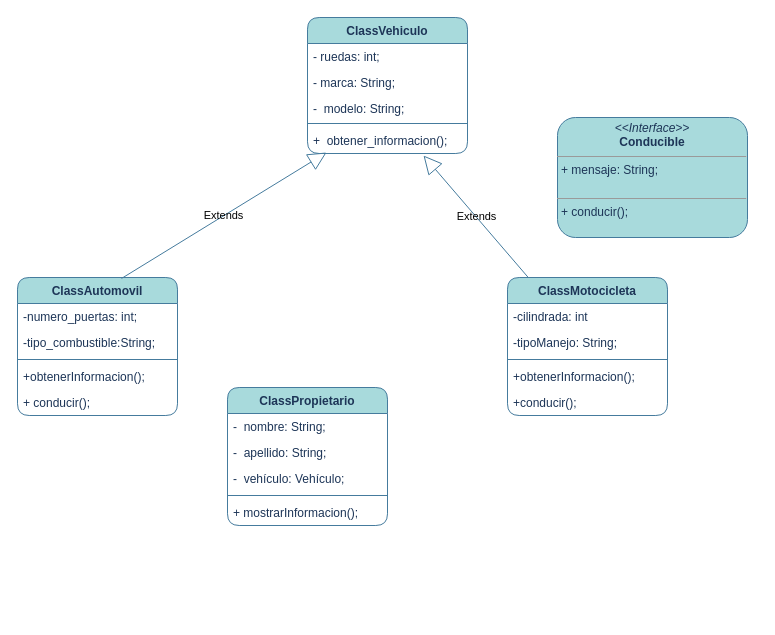
The draw.io diagram src/DiagramaSistemagestionvehiculo.drawio in Mariayey12/Sistemagestionvehiculo, before the edit. Source tidied: cells renumbered, new cells numbered last; positions are measured from the earlier drawing's top-left corner, leaving out a move shared by most shapes. Both pictures are drawn from the tidied source at 100%, with x=0, y=0 at pixel (17, 17).
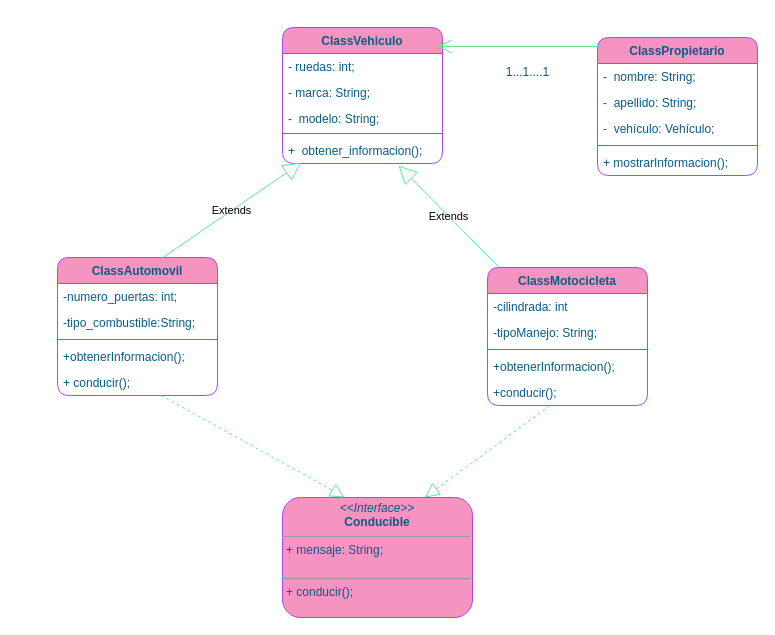
Above is the later version.

Diff of the diagram source:
```diff
@@
-    <mxCell id="2" value="ClassVehiculo" style="swimlane;fontStyle=1;align=center;verticalAlign=top;horizontal=1;startSize=26;whiteSpace=wrap;html=1;labelBackgroundColor=none;fillColor=#A8DADC;strokeColor=#457B9D;fontColor=#1D3557;rounded=1;" parent="1" vertex="1">
-      <mxGeometry x="290" width="160" height="136" as="geometry" />
+    <mxCell id="2" value="ClassVehiculo" style="swimlane;fontStyle=1;align=center;verticalAlign=top;horizontal=1;startSize=26;whiteSpace=wrap;html=1;labelBackgroundColor=none;fillColor=#F694C1;strokeColor=#AF45ED;fontColor=#095C86;rounded=1;" parent="1" vertex="1">
+      <mxGeometry x="265" y="10" width="160" height="136" as="geometry" />
     </mxCell>
-    <mxCell id="3" value="- ruedas: int;" style="text;strokeColor=none;fillColor=none;align=left;verticalAlign=top;spacingLeft=4;spacingRight=4;overflow=hidden;whiteSpace=wrap;html=1;labelBackgroundColor=none;fontColor=#1D3557;rounded=1;" parent="2" vertex="1">
+    <mxCell id="3" value="- ruedas: int;" style="text;strokeColor=none;fillColor=none;align=left;verticalAlign=top;spacingLeft=4;spacingRight=4;overflow=hidden;whiteSpace=wrap;html=1;labelBackgroundColor=none;fontColor=#095C86;rounded=1;" parent="2" vertex="1">
       <mxGeometry y="26" width="160" height="26" as="geometry" />
     </mxCell>
-    <mxCell id="4" value="- marca:&amp;nbsp;String;" style="text;strokeColor=none;fillColor=none;align=left;verticalAlign=top;spacingLeft=4;spacingRight=4;overflow=hidden;whiteSpace=wrap;html=1;labelBackgroundColor=none;fontColor=#1D3557;rounded=1;" parent="2" vertex="1">
+    <mxCell id="4" value="- marca:&amp;nbsp;String;" style="text;strokeColor=none;fillColor=none;align=left;verticalAlign=top;spacingLeft=4;spacingRight=4;overflow=hidden;whiteSpace=wrap;html=1;labelBackgroundColor=none;fontColor=#095C86;rounded=1;" parent="2" vertex="1">
       <mxGeometry y="52" width="160" height="26" as="geometry" />
     </mxCell>
-    <mxCell id="5" value="-&amp;nbsp; modelo:&amp;nbsp;String;" style="text;strokeColor=none;fillColor=none;align=left;verticalAlign=top;spacingLeft=4;spacingRight=4;overflow=hidden;whiteSpace=wrap;html=1;labelBackgroundColor=none;fontColor=#1D3557;rounded=1;" parent="2" vertex="1">
+    <mxCell id="5" value="-&amp;nbsp; modelo:&amp;nbsp;String;" style="text;strokeColor=none;fillColor=none;align=left;verticalAlign=top;spacingLeft=4;spacingRight=4;overflow=hidden;whiteSpace=wrap;html=1;labelBackgroundColor=none;fontColor=#095C86;rounded=1;" parent="2" vertex="1">
       <mxGeometry y="78" width="160" height="24" as="geometry" />
     </mxCell>
-    <mxCell id="6" style="line;strokeWidth=1;fillColor=none;align=left;verticalAlign=middle;spacingTop=-1;spacingLeft=3;spacingRight=3;labelPosition=right;strokeColor=#457B9D;labelBackgroundColor=none;fontColor=#1D3557;rounded=1;" parent="2" vertex="1">
+    <mxCell id="6" style="line;strokeWidth=1;fillColor=none;align=left;verticalAlign=middle;spacingTop=-1;spacingLeft=3;spacingRight=3;labelPosition=right;strokeColor=#AF45ED;labelBackgroundColor=none;fontColor=#095C86;rounded=1;" parent="2" vertex="1">
       <mxGeometry y="102" width="160" height="8" as="geometry" />
     </mxCell>
-    <mxCell id="7" value="+&amp;nbsp;&amp;nbsp;obtener_informacion();" style="text;strokeColor=none;fillColor=none;align=left;verticalAlign=top;spacingLeft=4;spacingRight=4;overflow=hidden;points=[[0,0.5],[1,0.5]];portConstraint=eastwest;whiteSpace=wrap;html=1;labelBackgroundColor=none;fontColor=#1D3557;rounded=1;" parent="2" vertex="1">
+    <mxCell id="7" value="+&amp;nbsp;&amp;nbsp;obtener_informacion();" style="text;strokeColor=none;fillColor=none;align=left;verticalAlign=top;spacingLeft=4;spacingRight=4;overflow=hidden;points=[[0,0.5],[1,0.5]];portConstraint=eastwest;whiteSpace=wrap;html=1;labelBackgroundColor=none;fontColor=#095C86;rounded=1;" parent="2" vertex="1">
       <mxGeometry y="110" width="160" height="26" as="geometry" />
     </mxCell>
-    <mxCell id="8" value="ClassAutomovil" style="swimlane;fontStyle=1;align=center;verticalAlign=top;horizontal=1;startSize=26;whiteSpace=wrap;html=1;labelBackgroundColor=none;fillColor=#A8DADC;strokeColor=#457B9D;fontColor=#1D3557;rounded=1;" parent="1" vertex="1">
-      <mxGeometry y="260" width="160" height="138" as="geometry" />
+    <mxCell id="8" value="ClassAutomovil" style="swimlane;fontStyle=1;align=center;verticalAlign=top;horizontal=1;startSize=26;whiteSpace=wrap;html=1;labelBackgroundColor=none;fillColor=#F694C1;strokeColor=#AF45ED;fontColor=#095C86;rounded=1;" parent="1" vertex="1">
+      <mxGeometry x="40" y="240" width="160" height="138" as="geometry" />
     </mxCell>
-    <mxCell id="9" value="-numero_puertas: int;" style="text;strokeColor=none;fillColor=none;align=left;verticalAlign=top;spacingLeft=4;spacingRight=4;overflow=hidden;whiteSpace=wrap;html=1;labelBackgroundColor=none;fontColor=#1D3557;rounded=1;" parent="8" vertex="1">
+    <mxCell id="9" value="-numero_puertas: int;" style="text;strokeColor=none;fillColor=none;align=left;verticalAlign=top;spacingLeft=4;spacingRight=4;overflow=hidden;whiteSpace=wrap;html=1;labelBackgroundColor=none;fontColor=#095C86;rounded=1;" parent="8" vertex="1">
       <mxGeometry y="26" width="160" height="26" as="geometry" />
     </mxCell>
-    <mxCell id="10" value="-tipo_combustible:String;" style="text;strokeColor=none;fillColor=none;align=left;verticalAlign=top;spacingLeft=4;spacingRight=4;overflow=hidden;whiteSpace=wrap;html=1;labelBackgroundColor=none;fontColor=#1D3557;rounded=1;" parent="8" vertex="1">
+    <mxCell id="10" value="-tipo_combustible:String;" style="text;strokeColor=none;fillColor=none;align=left;verticalAlign=top;spacingLeft=4;spacingRight=4;overflow=hidden;whiteSpace=wrap;html=1;labelBackgroundColor=none;fontColor=#095C86;rounded=1;" parent="8" vertex="1">
       <mxGeometry y="52" width="160" height="26" as="geometry" />
     </mxCell>
-    <mxCell id="11" style="line;strokeWidth=1;fillColor=none;align=left;verticalAlign=middle;spacingTop=-1;spacingLeft=3;spacingRight=3;labelPosition=right;strokeColor=#457B9D;labelBackgroundColor=none;fontColor=#1D3557;rounded=1;" parent="8" vertex="1">
+    <mxCell id="11" style="line;strokeWidth=1;fillColor=none;align=left;verticalAlign=middle;spacingTop=-1;spacingLeft=3;spacingRight=3;labelPosition=right;strokeColor=#AF45ED;labelBackgroundColor=none;fontColor=#095C86;rounded=1;" parent="8" vertex="1">
       <mxGeometry y="78" width="160" height="8" as="geometry" />
     </mxCell>
-    <mxCell id="12" value="+obtenerInformacion();" style="text;strokeColor=none;fillColor=none;align=left;verticalAlign=top;spacingLeft=4;spacingRight=4;overflow=hidden;whiteSpace=wrap;html=1;labelBackgroundColor=none;fontColor=#1D3557;rounded=1;" parent="8" vertex="1">
+    <mxCell id="12" value="+obtenerInformacion();" style="text;strokeColor=none;fillColor=none;align=left;verticalAlign=top;spacingLeft=4;spacingRight=4;overflow=hidden;whiteSpace=wrap;html=1;labelBackgroundColor=none;fontColor=#095C86;rounded=1;" parent="8" vertex="1">
       <mxGeometry y="86" width="160" height="26" as="geometry" />
     </mxCell>
-    <mxCell id="13" value="+ conducir();" style="text;strokeColor=none;fillColor=none;align=left;verticalAlign=top;spacingLeft=4;spacingRight=4;overflow=hidden;points=[[0,0.5],[1,0.5]];portConstraint=eastwest;whiteSpace=wrap;html=1;labelBackgroundColor=none;fontColor=#1D3557;rounded=1;" parent="8" vertex="1">
+    <mxCell id="13" value="+ conducir();" style="text;strokeColor=none;fillColor=none;align=left;verticalAlign=top;spacingLeft=4;spacingRight=4;overflow=hidden;points=[[0,0.5],[1,0.5]];portConstraint=eastwest;whiteSpace=wrap;html=1;labelBackgroundColor=none;fontColor=#095C86;rounded=1;" parent="8" vertex="1">
       <mxGeometry y="112" width="160" height="26" as="geometry" />
     </mxCell>
-    <mxCell id="14" value="ClassMotocicleta" style="swimlane;fontStyle=1;align=center;verticalAlign=top;horizontal=1;startSize=26;whiteSpace=wrap;html=1;labelBackgroundColor=none;fillColor=#A8DADC;strokeColor=#457B9D;fontColor=#1D3557;rounded=1;" parent="1" vertex="1">
-      <mxGeometry x="490" y="260" width="160" height="138" as="geometry" />
+    <mxCell id="14" value="ClassMotocicleta" style="swimlane;fontStyle=1;align=center;verticalAlign=top;horizontal=1;startSize=26;whiteSpace=wrap;html=1;labelBackgroundColor=none;fillColor=#F694C1;strokeColor=#AF45ED;fontColor=#095C86;rounded=1;" parent="1" vertex="1">
+      <mxGeometry x="470" y="250" width="160" height="138" as="geometry" />
     </mxCell>
-    <mxCell id="15" value="-cilindrada: int" style="text;strokeColor=none;fillColor=none;align=left;verticalAlign=top;spacingLeft=4;spacingRight=4;overflow=hidden;whiteSpace=wrap;html=1;labelBackgroundColor=none;fontColor=#1D3557;rounded=1;" parent="14" vertex="1">
+    <mxCell id="15" value="-cilindrada: int" style="text;strokeColor=none;fillColor=none;align=left;verticalAlign=top;spacingLeft=4;spacingRight=4;overflow=hidden;whiteSpace=wrap;html=1;labelBackgroundColor=none;fontColor=#095C86;rounded=1;" parent="14" vertex="1">
       <mxGeometry y="26" width="160" height="26" as="geometry" />
     </mxCell>
-    <mxCell id="16" value="-tipoManejo:&amp;nbsp;String;" style="text;strokeColor=none;fillColor=none;align=left;verticalAlign=top;spacingLeft=4;spacingRight=4;overflow=hidden;whiteSpace=wrap;html=1;labelBackgroundColor=none;fontColor=#1D3557;rounded=1;" parent="14" vertex="1">
+    <mxCell id="16" value="-tipoManejo:&amp;nbsp;String;" style="text;strokeColor=none;fillColor=none;align=left;verticalAlign=top;spacingLeft=4;spacingRight=4;overflow=hidden;whiteSpace=wrap;html=1;labelBackgroundColor=none;fontColor=#095C86;rounded=1;" parent="14" vertex="1">
       <mxGeometry y="52" width="160" height="26" as="geometry" />
     </mxCell>
-    <mxCell id="17" style="line;strokeWidth=1;fillColor=none;align=left;verticalAlign=middle;spacingTop=-1;spacingLeft=3;spacingRight=3;labelPosition=right;strokeColor=#457B9D;labelBackgroundColor=none;fontColor=#1D3557;rounded=1;" parent="14" vertex="1">
+    <mxCell id="17" style="line;strokeWidth=1;fillColor=none;align=left;verticalAlign=middle;spacingTop=-1;spacingLeft=3;spacingRight=3;labelPosition=right;strokeColor=#AF45ED;labelBackgroundColor=none;fontColor=#095C86;rounded=1;" parent="14" vertex="1">
       <mxGeometry y="78" width="160" height="8" as="geometry" />
     </mxCell>
-    <mxCell id="18" value="+obtenerInformacion();" style="text;strokeColor=none;fillColor=none;align=left;verticalAlign=top;spacingLeft=4;spacingRight=4;overflow=hidden;whiteSpace=wrap;html=1;labelBackgroundColor=none;fontColor=#1D3557;rounded=1;" parent="14" vertex="1">
+    <mxCell id="18" value="+obtenerInformacion();" style="text;strokeColor=none;fillColor=none;align=left;verticalAlign=top;spacingLeft=4;spacingRight=4;overflow=hidden;whiteSpace=wrap;html=1;labelBackgroundColor=none;fontColor=#095C86;rounded=1;" parent="14" vertex="1">
       <mxGeometry y="86" width="160" height="26" as="geometry" />
     </mxCell>
-    <mxCell id="19" value="+conducir();" style="text;strokeColor=none;fillColor=none;align=left;verticalAlign=top;spacingLeft=4;spacingRight=4;overflow=hidden;points=[[0,0.5],[1,0.5]];portConstraint=eastwest;whiteSpace=wrap;html=1;labelBackgroundColor=none;fontColor=#1D3557;rounded=1;" parent="14" vertex="1">
+    <mxCell id="19" value="+conducir();" style="text;strokeColor=none;fillColor=none;align=left;verticalAlign=top;spacingLeft=4;spacingRight=4;overflow=hidden;points=[[0,0.5],[1,0.5]];portConstraint=eastwest;whiteSpace=wrap;html=1;labelBackgroundColor=none;fontColor=#095C86;rounded=1;" parent="14" vertex="1">
       <mxGeometry y="112" width="160" height="26" as="geometry" />
     </mxCell>
-    <mxCell id="20" value="&lt;p style=&quot;margin:0px;margin-top:4px;text-align:center;&quot;&gt;&lt;i&gt;&amp;lt;&amp;lt;Interface&amp;gt;&amp;gt;&lt;/i&gt;&lt;br&gt;&lt;b&gt;Conducible&lt;/b&gt;&lt;br&gt;&lt;/p&gt;&lt;hr size=&quot;1&quot;&gt;&lt;p style=&quot;margin:0px;margin-left:4px;&quot;&gt;+ mensaje: String;&lt;br&gt;&lt;br&gt;&lt;/p&gt;&lt;hr size=&quot;1&quot;&gt;&lt;p style=&quot;margin:0px;margin-left:4px;&quot;&gt;+ conducir();&lt;br&gt;&lt;/p&gt;" style="verticalAlign=top;align=left;overflow=fill;fontSize=12;fontFamily=Helvetica;html=1;whiteSpace=wrap;labelBackgroundColor=none;fillColor=#A8DADC;strokeColor=#457B9D;fontColor=#1D3557;rounded=1;" parent="1" vertex="1">
-      <mxGeometry x="540" y="100" width="190" height="120" as="geometry" />
+    <mxCell id="20" value="&lt;p style=&quot;margin:0px;margin-top:4px;text-align:center;&quot;&gt;&lt;i&gt;&amp;lt;&amp;lt;Interface&amp;gt;&amp;gt;&lt;/i&gt;&lt;br&gt;&lt;b&gt;Conducible&lt;/b&gt;&lt;br&gt;&lt;/p&gt;&lt;hr size=&quot;1&quot;&gt;&lt;p style=&quot;margin:0px;margin-left:4px;&quot;&gt;+ mensaje: String;&lt;br&gt;&lt;br&gt;&lt;/p&gt;&lt;hr size=&quot;1&quot;&gt;&lt;p style=&quot;margin:0px;margin-left:4px;&quot;&gt;+ conducir();&lt;br&gt;&lt;/p&gt;" style="verticalAlign=top;align=left;overflow=fill;fontSize=12;fontFamily=Helvetica;html=1;whiteSpace=wrap;labelBackgroundColor=none;fillColor=#F694C1;strokeColor=#AF45ED;fontColor=#095C86;rounded=1;" parent="1" vertex="1">
+      <mxGeometry x="265" y="480" width="190" height="120" as="geometry" />
     </mxCell>
-    <mxCell id="21" value="ClassPropietario" style="swimlane;fontStyle=1;align=center;verticalAlign=top;horizontal=1;startSize=26;whiteSpace=wrap;html=1;labelBackgroundColor=none;fillColor=#A8DADC;strokeColor=#457B9D;fontColor=#1D3557;rounded=1;" parent="1" vertex="1">
-      <mxGeometry x="210" y="370" width="160" height="138" as="geometry" />
+    <mxCell id="21" value="ClassPropietario" style="swimlane;fontStyle=1;align=center;verticalAlign=top;horizontal=1;startSize=26;whiteSpace=wrap;html=1;labelBackgroundColor=none;fillColor=#F694C1;strokeColor=#AF45ED;fontColor=#095C86;rounded=1;" parent="1" vertex="1">
+      <mxGeometry x="580" y="20" width="160" height="138" as="geometry" />
     </mxCell>
-    <mxCell id="22" value="-&amp;nbsp; nombre: String;" style="text;strokeColor=none;fillColor=none;align=left;verticalAlign=top;spacingLeft=4;spacingRight=4;overflow=hidden;whiteSpace=wrap;html=1;labelBackgroundColor=none;fontColor=#1D3557;rounded=1;" parent="21" vertex="1">
+    <mxCell id="22" value="-&amp;nbsp; nombre: String;" style="text;strokeColor=none;fillColor=none;align=left;verticalAlign=top;spacingLeft=4;spacingRight=4;overflow=hidden;whiteSpace=wrap;html=1;labelBackgroundColor=none;fontColor=#095C86;rounded=1;" parent="21" vertex="1">
       <mxGeometry y="26" width="160" height="26" as="geometry" />
     </mxCell>
-    <mxCell id="23" value="-&amp;nbsp; apellido: String;" style="text;strokeColor=none;fillColor=none;align=left;verticalAlign=top;spacingLeft=4;spacingRight=4;overflow=hidden;whiteSpace=wrap;html=1;labelBackgroundColor=none;fontColor=#1D3557;rounded=1;" parent="21" vertex="1">
+    <mxCell id="23" value="-&amp;nbsp; apellido: String;" style="text;strokeColor=none;fillColor=none;align=left;verticalAlign=top;spacingLeft=4;spacingRight=4;overflow=hidden;whiteSpace=wrap;html=1;labelBackgroundColor=none;fontColor=#095C86;rounded=1;" parent="21" vertex="1">
       <mxGeometry y="52" width="160" height="26" as="geometry" />
     </mxCell>
-    <mxCell id="24" value="-&amp;nbsp;&amp;nbsp;vehículo: Vehículo;" style="text;strokeColor=none;fillColor=none;align=left;verticalAlign=top;spacingLeft=4;spacingRight=4;overflow=hidden;whiteSpace=wrap;html=1;labelBackgroundColor=none;fontColor=#1D3557;rounded=1;" parent="21" vertex="1">
+    <mxCell id="24" value="-&amp;nbsp;&amp;nbsp;vehículo: Vehículo;" style="text;strokeColor=none;fillColor=none;align=left;verticalAlign=top;spacingLeft=4;spacingRight=4;overflow=hidden;whiteSpace=wrap;html=1;labelBackgroundColor=none;fontColor=#095C86;rounded=1;" parent="21" vertex="1">
       <mxGeometry y="78" width="160" height="26" as="geometry" />
     </mxCell>
-    <mxCell id="25" style="line;strokeWidth=1;fillColor=none;align=left;verticalAlign=middle;spacingTop=-1;spacingLeft=3;spacingRight=3;labelPosition=right;strokeColor=#457B9D;labelBackgroundColor=none;fontColor=#1D3557;rounded=1;" parent="21" vertex="1">
+    <mxCell id="25" style="line;strokeWidth=1;fillColor=none;align=left;verticalAlign=middle;spacingTop=-1;spacingLeft=3;spacingRight=3;labelPosition=right;strokeColor=#AF45ED;labelBackgroundColor=none;fontColor=#095C86;rounded=1;" parent="21" vertex="1">
       <mxGeometry y="104" width="160" height="8" as="geometry" />
     </mxCell>
-    <mxCell id="26" value="+ mostrarInformacion();" style="text;strokeColor=none;fillColor=none;align=left;verticalAlign=top;spacingLeft=4;spacingRight=4;overflow=hidden;whiteSpace=wrap;html=1;labelBackgroundColor=none;fontColor=#1D3557;rounded=1;" parent="21" vertex="1">
+    <mxCell id="26" value="+ mostrarInformacion();" style="text;strokeColor=none;fillColor=none;align=left;verticalAlign=top;spacingLeft=4;spacingRight=4;overflow=hidden;whiteSpace=wrap;html=1;labelBackgroundColor=none;fontColor=#095C86;rounded=1;" parent="21" vertex="1">
       <mxGeometry y="112" width="160" height="26" as="geometry" />
     </mxCell>
-    <mxCell id="27" value="Extends" style="endArrow=block;endSize=16;endFill=0;html=1;rounded=0;exitX=0.65;exitY=0.007;exitDx=0;exitDy=0;exitPerimeter=0;entryX=0.119;entryY=0.962;entryDx=0;entryDy=0;entryPerimeter=0;labelBackgroundColor=none;strokeColor=#457B9D;fontColor=default;" parent="1" edge="1" source="8" target="7">
+    <mxCell id="27" value="Extends" style="endArrow=block;endSize=16;endFill=0;html=1;rounded=0;exitX=0.65;exitY=0.007;exitDx=0;exitDy=0;exitPerimeter=0;entryX=0.119;entryY=0.962;entryDx=0;entryDy=0;entryPerimeter=0;labelBackgroundColor=none;strokeColor=#60E696;fontColor=default;" parent="1" edge="1" source="8" target="7">
       <mxGeometry relative="1" as="geometry" />
     </mxCell>
-    <mxCell id="28" value="Extends" style="endArrow=block;endSize=16;endFill=0;html=1;rounded=0;entryX=0.725;entryY=1.077;entryDx=0;entryDy=0;entryPerimeter=0;labelBackgroundColor=none;strokeColor=#457B9D;fontColor=default;" parent="1" edge="1" source="14" target="7">
+    <mxCell id="28" value="Extends" style="endArrow=block;endSize=16;endFill=0;html=1;rounded=0;entryX=0.725;entryY=1.077;entryDx=0;entryDy=0;entryPerimeter=0;labelBackgroundColor=none;strokeColor=#60E696;fontColor=default;" parent="1" edge="1" source="14" target="7">
       <mxGeometry relative="1" as="geometry" />
     </mxCell>
+    <mxCell id="29" style="endArrow=open;endFill=1;endSize=12;html=1;rounded=0;strokeColor=#60E696;fontColor=default;exitX=0.006;exitY=0.065;exitDx=0;exitDy=0;exitPerimeter=0;entryX=0.969;entryY=0.14;entryDx=0;entryDy=0;entryPerimeter=0;labelBackgroundColor=none;" parent="1" edge="1" source="21" target="2">
+      <mxGeometry relative="1" as="geometry" />
+    </mxCell>
+    <mxCell id="30" style="endArrow=block;dashed=1;endFill=0;endSize=12;html=1;rounded=0;strokeColor=#60E696;fontColor=default;entryX=0.326;entryY=0;entryDx=0;entryDy=0;entryPerimeter=0;labelBackgroundColor=none;" parent="1" edge="1" source="13" target="20">
+      <mxGeometry relative="1" as="geometry">
+        <Array as="points">
+          <mxPoint x="310" y="470" />
+        </Array>
+      </mxGeometry>
+    </mxCell>
+    <mxCell id="31" style="endArrow=block;dashed=1;endFill=0;endSize=12;html=1;rounded=0;strokeColor=#60E696;fontColor=default;entryX=0.75;entryY=0;entryDx=0;entryDy=0;labelBackgroundColor=none;" parent="1" edge="1" source="19" target="20">
+      <mxGeometry relative="1" as="geometry" />
+    </mxCell>
+    <mxCell id="32" value="1...1....1" style="text;html=1;align=center;verticalAlign=middle;strokeColor=none;fillColor=none;fontColor=#095C86;labelBackgroundColor=none;" parent="1" vertex="1">
+      <mxGeometry x="475" y="40" width="70" height="30" as="geometry" />
+    </mxCell>
```
